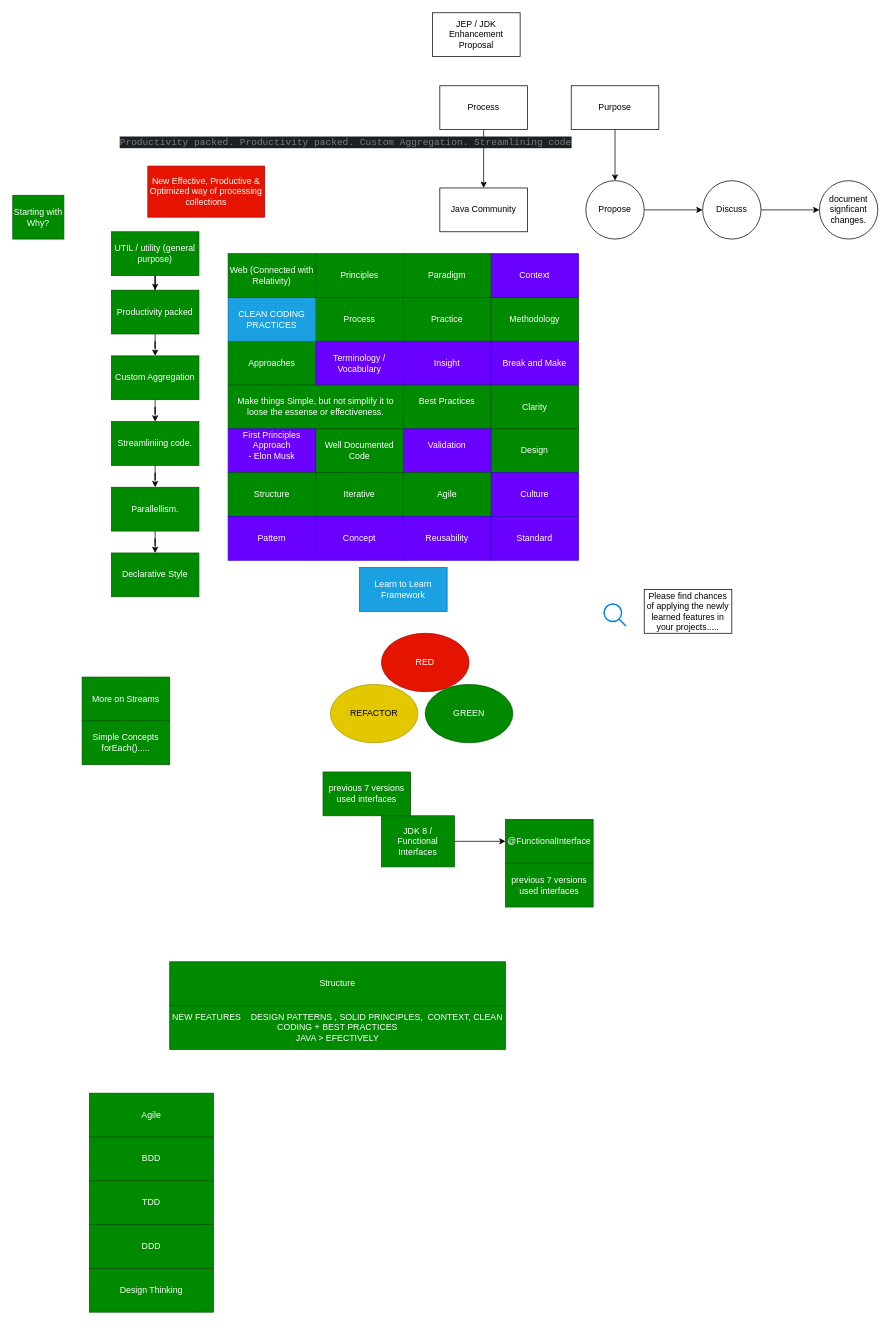
Above: page "Terminology & Methodology" (3 of 13) of Diagrams/New Features Java.drawio in THRGLO02MAY2025GIT-HUB/THRGLO02MAY2025GIT-REPO (draw.io), before the change. Source tidied: cells renumbered, new cells numbered last; positions are measured from the earlier drawing's top-left corner, leaving out a move shared by most shapes. Both pictures are drawn from the tidied source at 73%, with x=0, y=0 at pixel (12, 12).
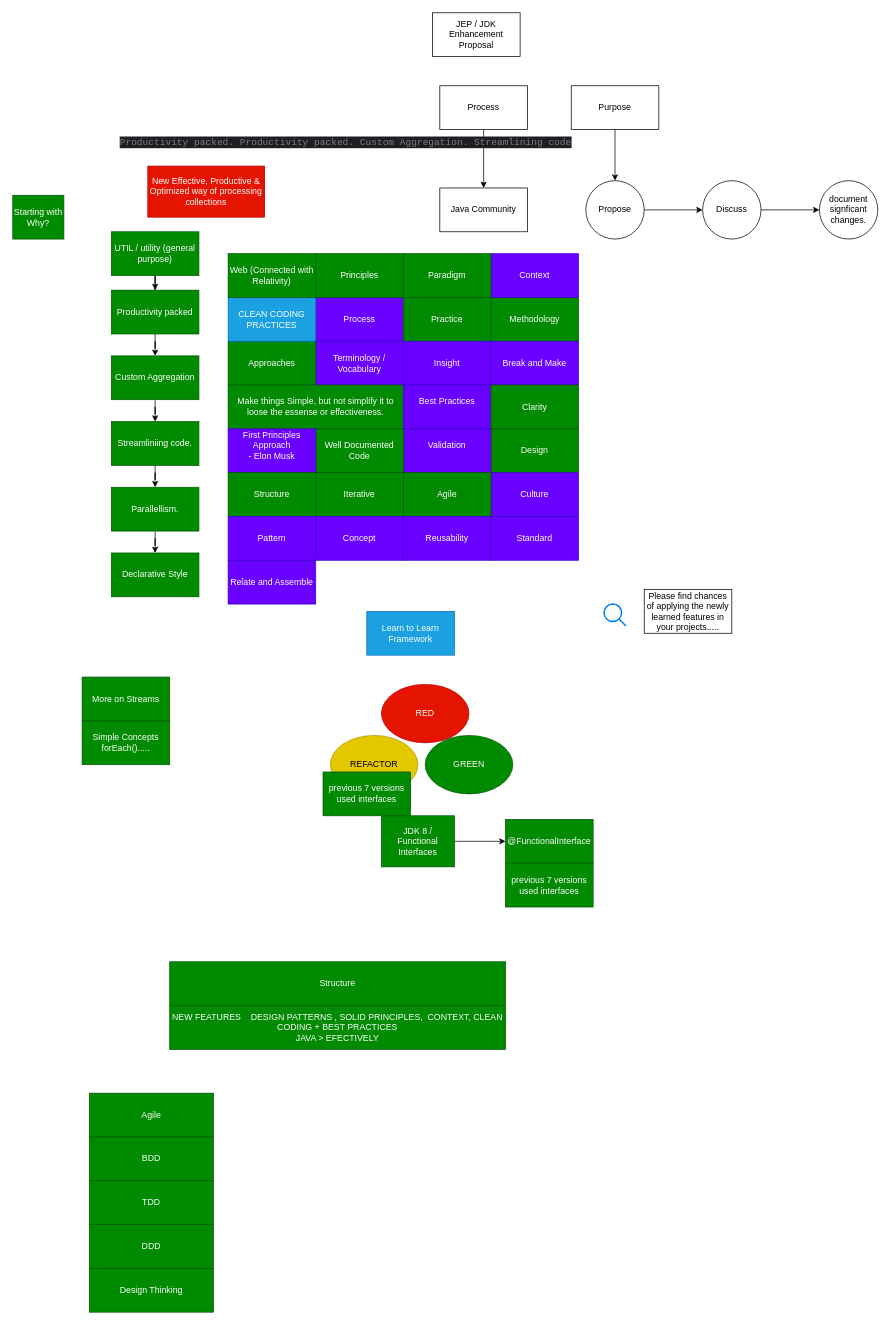
The same page after the edit.

What changed in the source:
```diff
@@
-    <mxCell id="13" value="Process" style="rounded=0;whiteSpace=wrap;html=1;fillColor=#008a00;fontColor=#ffffff;strokeColor=#005700;" parent="1" vertex="1">
+    <mxCell id="13" value="Process" style="rounded=0;whiteSpace=wrap;html=1;fillColor=#6a00ff;fontColor=#ffffff;strokeColor=#3700CC;" parent="1" vertex="1">
       <mxGeometry x="415" y="390" width="120" height="60" as="geometry" />
     </mxCell>
@@
     <mxCell id="22" value="Learn to Learn Framework" style="rounded=0;whiteSpace=wrap;html=1;fillColor=#1ba1e2;fontColor=#ffffff;strokeColor=#006EAF;" parent="1" vertex="1">
-      <mxGeometry x="475" y="760" width="120" height="60" as="geometry" />
+      <mxGeometry x="485" y="820" width="120" height="60" as="geometry" />
     </mxCell>
@@
     <mxCell id="25" value="RED" style="ellipse;whiteSpace=wrap;html=1;fillColor=#e51400;strokeColor=#B20000;fontColor=#ffffff;" parent="1" vertex="1">
-      <mxGeometry x="505" y="850" width="120" height="80" as="geometry" />
+      <mxGeometry x="505" y="920" width="120" height="80" as="geometry" />
     </mxCell>
     <mxCell id="26" value="GREEN" style="ellipse;whiteSpace=wrap;html=1;fillColor=#008a00;strokeColor=#005700;fontColor=#ffffff;" parent="1" vertex="1">
-      <mxGeometry x="565" y="920" width="120" height="80" as="geometry" />
+      <mxGeometry x="565" y="990" width="120" height="80" as="geometry" />
     </mxCell>
     <mxCell id="27" value="REFACTOR" style="ellipse;whiteSpace=wrap;html=1;fillColor=#e3c800;strokeColor=#B09500;fontColor=#000000;" parent="1" vertex="1">
-      <mxGeometry x="435" y="920" width="120" height="80" as="geometry" />
+      <mxGeometry x="435" y="990" width="120" height="80" as="geometry" />
     </mxCell>
@@
-    <mxCell id="46" value="Best Practices&lt;div&gt;&lt;br&gt;&lt;/div&gt;" style="rounded=0;whiteSpace=wrap;html=1;fillColor=#008a00;fontColor=#ffffff;strokeColor=#005700;" parent="1" vertex="1">
+    <mxCell id="46" value="Best Practices&lt;div&gt;&lt;br&gt;&lt;/div&gt;" style="rounded=0;whiteSpace=wrap;html=1;fillColor=#6a00ff;fontColor=#ffffff;strokeColor=#3700CC;" parent="1" vertex="1">
       <mxGeometry x="535" y="510" width="120" height="60" as="geometry" />
     </mxCell>
@@
+    <mxCell id="74" value="Relate and Assemble" style="rounded=0;whiteSpace=wrap;html=1;fillColor=#6a00ff;fontColor=#ffffff;strokeColor=#3700CC;" parent="1" vertex="1">
+      <mxGeometry x="295" y="750" width="120" height="60" as="geometry" />
+    </mxCell>
```
